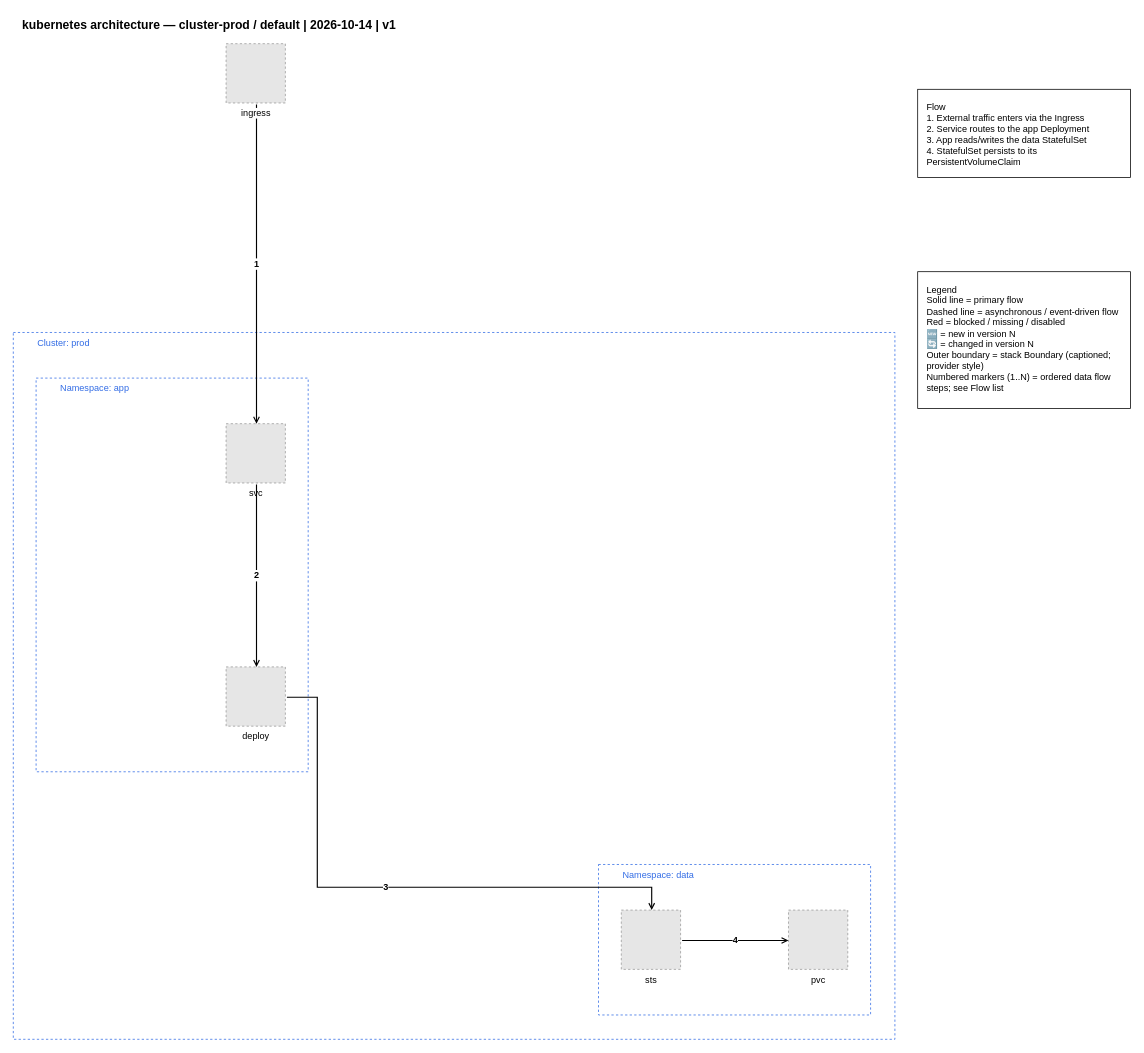
Earlier version of the draw.io diagram examples/kubernetes/01-kubernetes-architecture-summary.drawio (totoshko88/Cloud_Architecture). Source tidied: cells renumbered, new cells numbered last; positions are measured from the earlier drawing's top-left corner, leaving out a move shared by most shapes. Both pictures are drawn from the tidied source at 76%, with x=0, y=0 at pixel (13, 13). Pictures stored in the file or linked from it are replaced by grey dashed boxes.
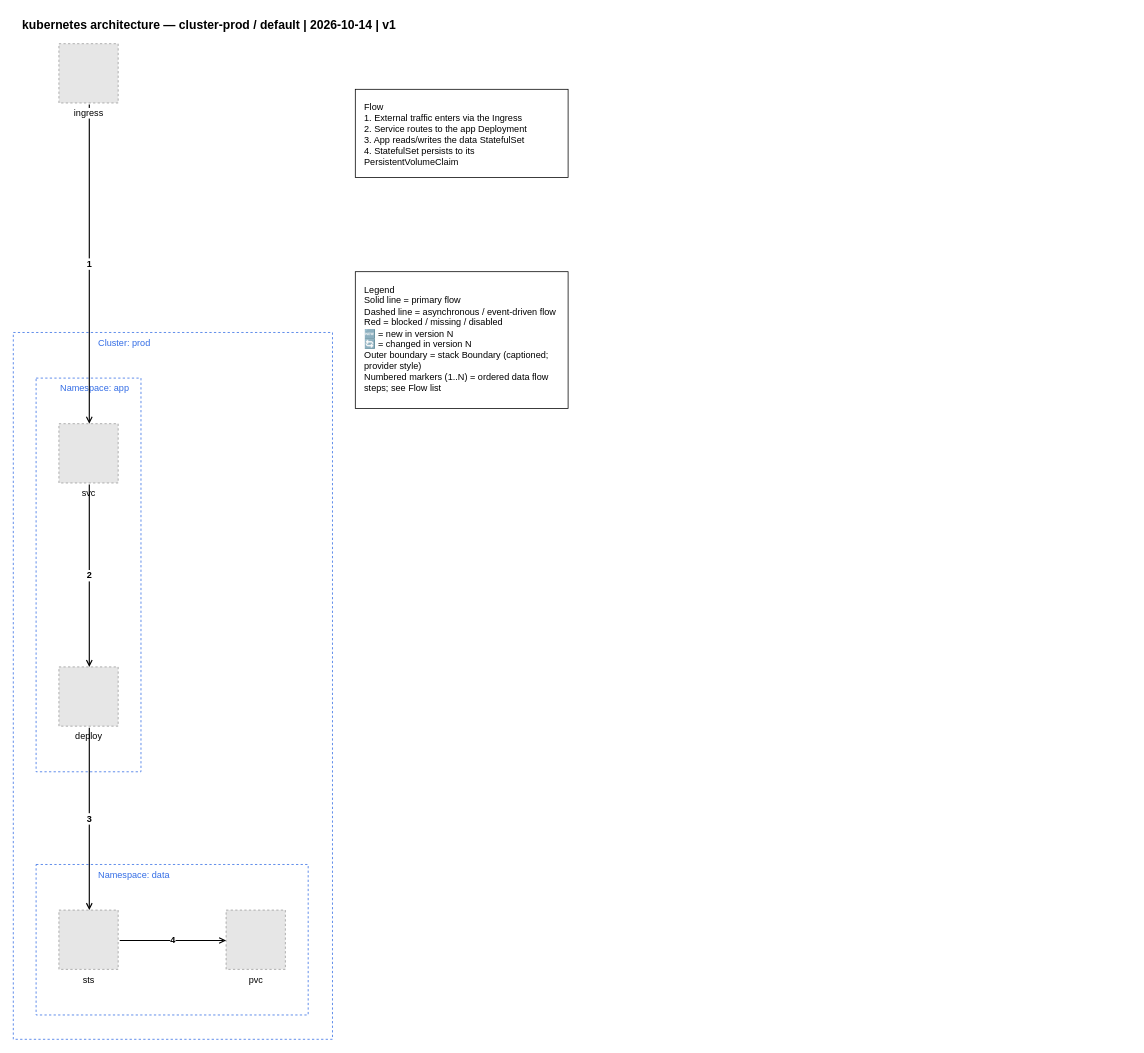
The same page after the edit.

Commit message (it also covers changes not shown here):
fix(k8s): re-author kubernetes golden pair to pass geometry/lint gates

What changed in the source:
```diff
@@
 <mxGraphModel>
   <root>
     <mxCell id="0" />
     <mxCell id="1" parent="0" />
     <mxCell id="2" value="kubernetes architecture — cluster-prod / default | 2026-10-14 | v1" style="text;html=1;strokeColor=none;fillColor=none;align=left;verticalAlign=middle;fontSize=16;fontStyle=1;" parent="1" vertex="1">
       <mxGeometry x="10" width="900" height="30" as="geometry" />
     </mxCell>
-    <mxCell id="3" value="Cluster: prod" style="rounded=0;whiteSpace=wrap;html=1;fillColor=none;strokeColor=#326CE5;dashed=1;verticalAlign=top;align=left;spacingLeft=30;fontColor=#326CE5;fontSize=12;" parent="1" vertex="1">
-      <mxGeometry y="420" width="1160" height="930" as="geometry" />
+    <mxCell id="3" value="Cluster: prod" style="rounded=0;whiteSpace=wrap;html=1;fillColor=none;strokeColor=#326CE5;dashed=1;verticalAlign=top;fontColor=#326CE5;fontSize=12;align=left;spacingLeft=110;" parent="1" vertex="1">
+      <mxGeometry y="420" width="420" height="930" as="geometry" />
     </mxCell>
     <mxCell id="4" value="Namespace: app" style="rounded=0;whiteSpace=wrap;html=1;fillColor=none;strokeColor=#326CE5;dashed=1;verticalAlign=top;align=left;spacingLeft=30;fontColor=#326CE5;fontSize=12;" parent="1" vertex="1">
-      <mxGeometry x="30" y="480" width="358" height="518" as="geometry" />
+      <mxGeometry x="30" y="480" width="138" height="518" as="geometry" />
     </mxCell>
-    <mxCell id="5" value="Namespace: data" style="rounded=0;whiteSpace=wrap;html=1;fillColor=none;strokeColor=#326CE5;dashed=1;verticalAlign=top;align=left;spacingLeft=30;fontColor=#326CE5;fontSize=12;" parent="1" vertex="1">
-      <mxGeometry x="770" y="1120" width="358" height="198" as="geometry" />
+    <mxCell id="5" value="Namespace: data" style="rounded=0;whiteSpace=wrap;html=1;fillColor=none;strokeColor=#326CE5;dashed=1;verticalAlign=top;fontColor=#326CE5;fontSize=12;align=left;spacingLeft=80;" parent="1" vertex="1">
+      <mxGeometry x="30" y="1120" width="358" height="198" as="geometry" />
     </mxCell>
     <mxCell id="6" value="1" style="edgeStyle=orthogonalEdgeStyle;rounded=0;html=1;endArrow=open;endFill=0;strokeWidth=1.5;exitX=0.5128205128205128;exitY=1.0256410256410255;exitDx=0;exitDy=0;exitPerimeter=0;entryX=0.5128205128205128;entryY=0.0;entryDx=0;entryDy=0;fontSize=12;fontStyle=1;" parent="1" edge="1" source="8" target="9">
       <mxGeometry relative="1" as="geometry" />
     </mxCell>
     <mxCell id="7" value="2" style="edgeStyle=orthogonalEdgeStyle;rounded=0;html=1;endArrow=open;endFill=0;strokeWidth=1.5;exitX=0.5128205128205128;exitY=1.0256410256410255;exitDx=0;exitDy=0;exitPerimeter=0;entryX=0.5128205128205128;entryY=0.0;entryDx=0;entryDy=0;fontSize=12;fontStyle=1;" parent="1" edge="1" source="9" target="10">
       <mxGeometry relative="1" as="geometry" />
     </mxCell>
+    <mxCell id="13" value="3" style="edgeStyle=orthogonalEdgeStyle;rounded=0;html=1;endArrow=open;endFill=0;strokeWidth=1.5;exitX=0.5128205128205128;exitY=1.0256410256410255;exitDx=0;exitDy=0;exitPerimeter=0;entryX=0.5128205128205128;entryY=0.0;entryDx=0;entryDy=0;fontSize=12;fontStyle=1;" parent="1" edge="1" source="10" target="11">
+      <mxGeometry relative="1" as="geometry" />
+    </mxCell>
     <mxCell id="8" value="ingress" style="fillColor=#E6E6E6;strokeColor=#999999;dashed=1;verticalLabelPosition=bottom;verticalAlign=top;html=1;align=center;fontSize=12;labelBackgroundColor=#FFFFFF;" parent="1" vertex="1">
-      <mxGeometry x="280" y="40" width="78" height="78" as="geometry" />
+      <mxGeometry x="60" y="40" width="78" height="78" as="geometry" />
     </mxCell>
     <mxCell id="9" value="svc" style="fillColor=#E6E6E6;strokeColor=#999999;dashed=1;verticalLabelPosition=bottom;verticalAlign=top;html=1;align=center;fontSize=12;labelBackgroundColor=#FFFFFF;" parent="4" vertex="1">
-      <mxGeometry x="250" y="60" width="78" height="78" as="geometry" />
+      <mxGeometry x="30" y="60" width="78" height="78" as="geometry" />
     </mxCell>
-    <mxCell id="10" value="deploy" style="fillColor=#E6E6E6;strokeColor=#999999;dashed=1;verticalLabelPosition=bottom;verticalAlign=top;html=1;align=center;fontSize=12;" parent="4" vertex="1">
-      <mxGeometry x="250" y="380" width="78" height="78" as="geometry" />
+    <mxCell id="10" value="deploy" style="fillColor=#E6E6E6;strokeColor=#999999;dashed=1;verticalLabelPosition=bottom;verticalAlign=top;html=1;align=center;fontSize=12;labelBackgroundColor=#FFFFFF;" parent="4" vertex="1">
+      <mxGeometry x="30" y="380" width="78" height="78" as="geometry" />
     </mxCell>
     <mxCell id="11" value="sts" style="fillColor=#E6E6E6;strokeColor=#999999;dashed=1;verticalLabelPosition=bottom;verticalAlign=top;html=1;align=center;fontSize=12;" parent="5" vertex="1">
       <mxGeometry x="30" y="60" width="78" height="78" as="geometry" />
     </mxCell>
     <mxCell id="12" value="pvc" style="fillColor=#E6E6E6;strokeColor=#999999;dashed=1;verticalLabelPosition=bottom;verticalAlign=top;html=1;align=center;fontSize=12;" parent="5" vertex="1">
       <mxGeometry x="250" y="60" width="78" height="78" as="geometry" />
     </mxCell>
-    <mxCell id="13" value="3" style="edgeStyle=orthogonalEdgeStyle;rounded=0;html=1;endArrow=open;endFill=0;strokeWidth=1.5;exitX=1.0256410256410255;exitY=0.5128205128205128;exitDx=0;exitDy=0;exitPerimeter=0;entryX=0.5128205128205128;entryY=0.0;entryDx=0;entryDy=0;fontSize=12;fontStyle=1;" parent="1" edge="1" source="10" target="11">
-      <mxGeometry relative="1" as="geometry">
-        <Array as="points">
-          <mxPoint x="400" y="900" />
-          <mxPoint x="400" y="1150" />
-          <mxPoint x="840" y="1150" />
-        </Array>
-      </mxGeometry>
-    </mxCell>
     <mxCell id="14" value="4" style="edgeStyle=orthogonalEdgeStyle;rounded=0;html=1;endArrow=open;endFill=0;strokeWidth=1.5;exitX=1.0256410256410255;exitY=0.5128205128205128;exitDx=0;exitDy=0;exitPerimeter=0;entryX=0.0;entryY=0.5128205128205128;entryDx=0;entryDy=0;fontSize=12;fontStyle=1;" parent="1" edge="1" source="11" target="12">
       <mxGeometry relative="1" as="geometry" />
     </mxCell>
     <mxCell id="15" value="Flow&#10;1. External traffic enters via the Ingress&#10;2. Service routes to the app Deployment&#10;3. App reads/writes the data StatefulSet&#10;4. StatefulSet persists to its PersistentVolumeClaim" style="text;html=1;align=left;verticalAlign=top;fontSize=12;whiteSpace=wrap;strokeColor=#000000;fillColor=#FFFFFF;spacingLeft=10;spacingRight=10;spacingTop=10;spacingBottom=10;" parent="1" vertex="1">
-      <mxGeometry x="1190" y="100" width="280" height="116" as="geometry" />
+      <mxGeometry x="450" y="100" width="280" height="116" as="geometry" />
     </mxCell>
     <mxCell id="16" value="Legend&#10;Solid line = primary flow&#10;Dashed line = asynchronous / event-driven flow&#10;Red = blocked / missing / disabled&#10;🆕 = new in version N&#10;🔄 = changed in version N&#10;Outer boundary = stack Boundary (captioned; provider style)&#10;Numbered markers (1..N) = ordered data flow steps; see Flow list" style="text;html=1;align=left;verticalAlign=top;fontSize=12;whiteSpace=wrap;strokeColor=#000000;fillColor=#FFFFFF;spacingLeft=10;spacingRight=10;spacingTop=10;spacingBottom=10;" parent="1" vertex="1">
-      <mxGeometry x="1190" y="340" width="280" height="180" as="geometry" />
+      <mxGeometry x="450" y="340" width="280" height="180" as="geometry" />
     </mxCell>
   </root>
 </mxGraphModel>
```
